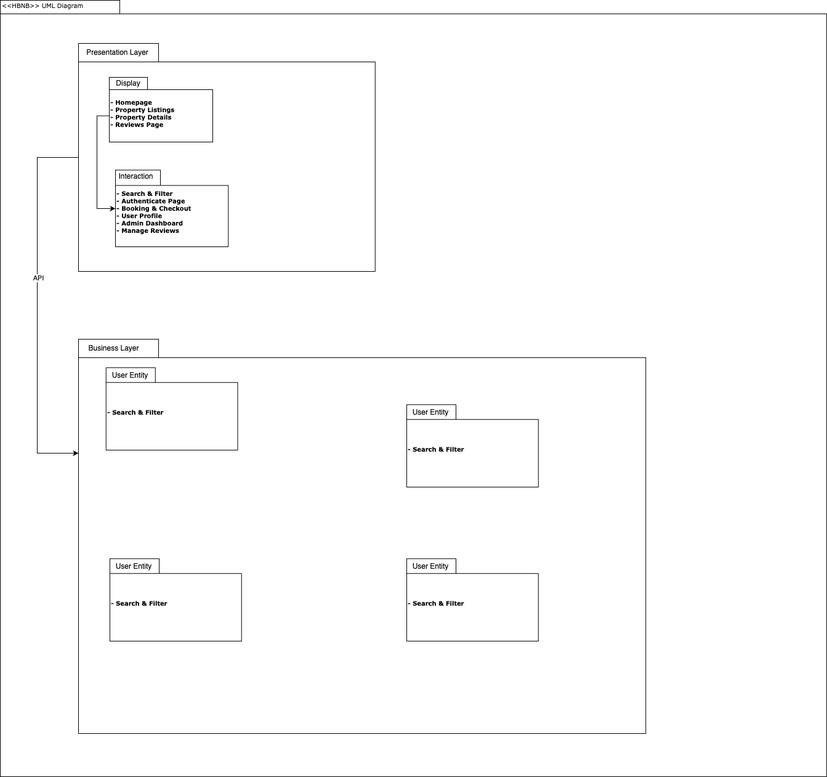
Earlier version of the draw.io export Untitled Diagram.drawio.png (ostafford/cwd_playground). Source tidied: cells renumbered, new cells last; positions are measured from the earlier drawing's top-left corner, leaving out a move shared by most shapes.
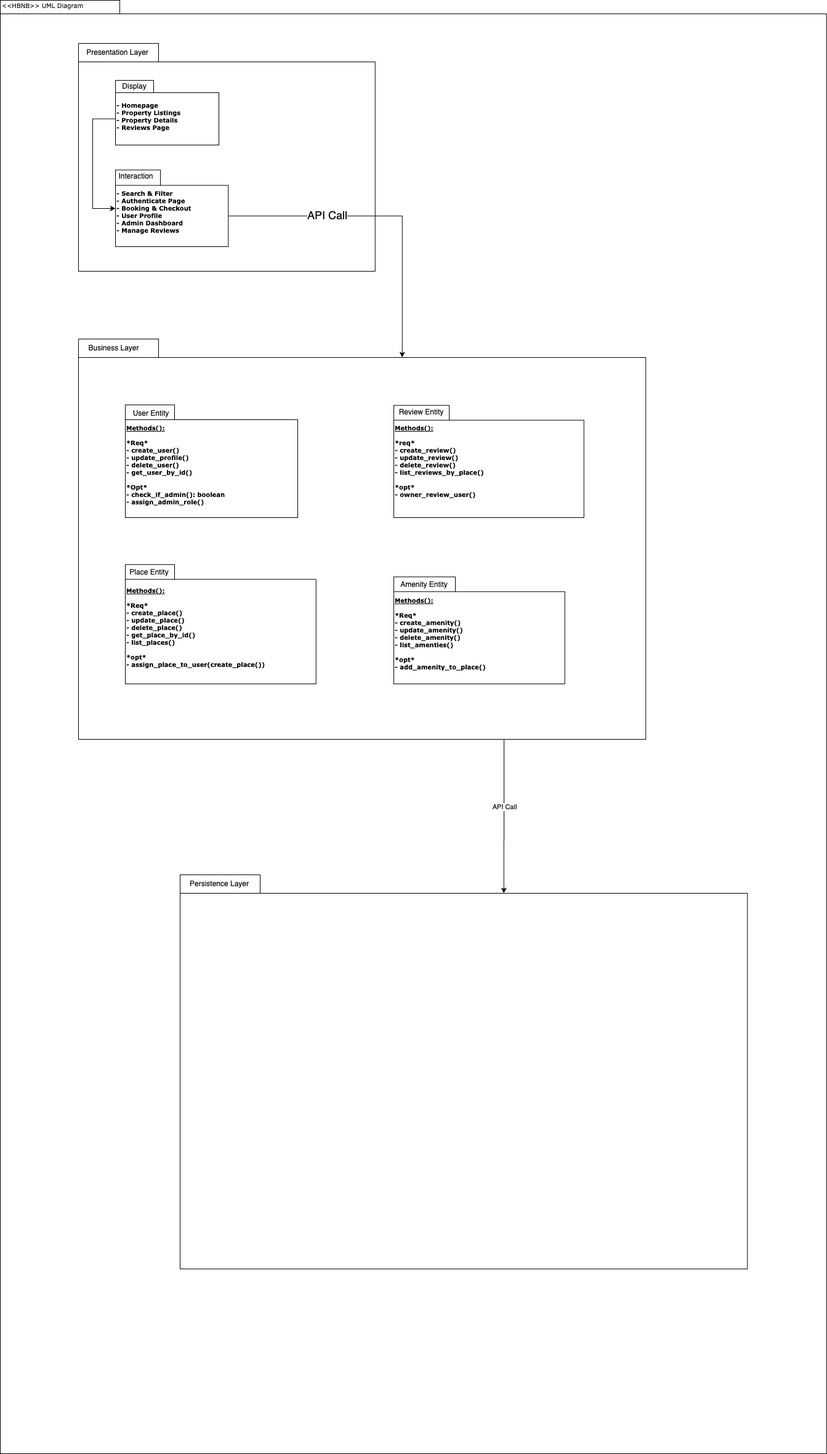
After the commit.

The edit, as a diff of the source:
```diff
@@ -3,7 +3,7 @@
     <mxCell id="0" />
     <mxCell id="1" parent="0" />
     <mxCell id="2" style="shape=folder;fontStyle=1;spacingTop=10;tabWidth=194;tabHeight=22;tabPosition=left;html=1;rounded=0;shadow=0;comic=0;labelBackgroundColor=none;strokeWidth=1;fillColor=none;fontFamily=Verdana;fontSize=10;align=center;" parent="1" vertex="1">
-      <mxGeometry width="1341.8" height="1260" as="geometry" />
+      <mxGeometry width="1341.8" height="2360" as="geometry" />
     </mxCell>
     <mxCell id="3" style="shape=folder;fontStyle=1;spacingTop=10;tabWidth=130;tabHeight=30;tabPosition=left;html=1;rounded=0;shadow=0;comic=0;labelBackgroundColor=none;strokeColor=#000000;strokeWidth=1;fillColor=#ffffff;fontFamily=Verdana;fontSize=10;fontColor=#000000;align=center;" parent="1" vertex="1">
       <mxGeometry x="127" y="70" width="481.9" height="370" as="geometry" />
@@ -15,39 +15,45 @@
       <mxGeometry x="137" y="70" width="107" height="30" as="geometry" />
     </mxCell>
     <mxCell id="6" value="- Homepage&lt;div&gt;- Property Listings&lt;/div&gt;&lt;div&gt;- Property Details&lt;/div&gt;&lt;div&gt;- Reviews Page&lt;/div&gt;" style="shape=folder;fontStyle=1;spacingTop=10;tabWidth=62;tabHeight=20;tabPosition=left;html=1;rounded=0;shadow=0;comic=0;labelBackgroundColor=none;strokeColor=#000000;strokeWidth=1;fillColor=#ffffff;fontFamily=Verdana;fontSize=10;fontColor=#000000;align=left;" parent="1" vertex="1">
-      <mxGeometry x="177" y="125" width="168" height="105" as="geometry" />
+      <mxGeometry x="187" y="130" width="168" height="105" as="geometry" />
     </mxCell>
     <mxCell id="7" value="Display" style="text;html=1;align=center;verticalAlign=middle;whiteSpace=wrap;rounded=0;" parent="1" vertex="1">
-      <mxGeometry x="178" y="120" width="60" height="30" as="geometry" />
+      <mxGeometry x="188" y="125" width="60" height="30" as="geometry" />
     </mxCell>
     <mxCell id="8" style="edgeStyle=orthogonalEdgeStyle;rounded=0;jettySize=auto;html=1;entryX=0;entryY=0;entryDx=0;entryDy=62.5;entryPerimeter=0;exitX=0;exitY=0;exitDx=0;exitDy=62.5;exitPerimeter=0;" parent="1" edge="1" source="6" target="16">
-      <mxGeometry relative="1" as="geometry" />
+      <mxGeometry relative="1" as="geometry">
+        <Array as="points">
+          <mxPoint x="150" y="193" />
+          <mxPoint x="150" y="338" />
+        </Array>
+      </mxGeometry>
     </mxCell>
     <mxCell id="9" style="shape=folder;fontStyle=1;spacingTop=10;tabWidth=130;tabHeight=30;tabPosition=left;html=1;rounded=0;shadow=0;comic=0;labelBackgroundColor=none;strokeColor=#000000;strokeWidth=1;fillColor=#ffffff;fontFamily=Verdana;fontSize=10;fontColor=#000000;align=center;" parent="1" vertex="1">
-      <mxGeometry x="127" y="550" width="921.4" height="640" as="geometry" />
+      <mxGeometry x="127" y="550" width="921.4" height="650" as="geometry" />
     </mxCell>
-    <mxCell id="10" style="edgeStyle=orthogonalEdgeStyle;rounded=0;jettySize=auto;html=1;exitX=0;exitY=0;exitDx=0;exitDy=185;exitPerimeter=0;entryX=0;entryY=0;entryDx=0;entryDy=185;entryPerimeter=0;" parent="1" edge="1" source="3" target="9">
+    <mxCell id="10" style="edgeStyle=orthogonalEdgeStyle;rounded=0;jettySize=auto;html=1;exitX=0;exitY=0;exitDx=183.27;exitDy=74.775;exitPerimeter=0;entryX=0;entryY=0;entryDx=525.6800000000001;entryDy=30;entryPerimeter=0;" parent="1" edge="1" source="16" target="9">
       <mxGeometry relative="1" as="geometry">
         <Array as="points">
-          <mxPoint x="60" y="255" />
-          <mxPoint x="60" y="735" />
+          <mxPoint x="653" y="350" />
         </Array>
       </mxGeometry>
     </mxCell>
-    <mxCell id="11" value="API" style="edgeLabel;html=1;align=center;verticalAlign=middle;" parent="10" vertex="1">
-      <mxGeometry x="-0.14" y="2" relative="1" as="geometry" />
+    <mxCell id="11" value="&lt;font style=&quot;font-size: 18px;&quot;&gt;API Call&lt;/font&gt;" style="edgeLabel;html=1;align=center;verticalAlign=middle;" parent="10" vertex="1">
+      <mxGeometry x="-0.14" y="2" relative="1" as="geometry">
+        <mxPoint x="-60" as="offset" />
+      </mxGeometry>
     </mxCell>
     <mxCell id="12" value="Business Layer" style="text;html=1;align=center;verticalAlign=middle;whiteSpace=wrap;rounded=0;" parent="1" vertex="1">
       <mxGeometry x="131" y="550" width="107" height="30" as="geometry" />
     </mxCell>
     <mxCell id="13" style="group;" parent="1" vertex="1">
-      <mxGeometry x="171.7" y="590" width="213.8" height="140" as="geometry" />
+      <mxGeometry x="203" y="650" width="280" height="190" as="geometry" />
     </mxCell>
-    <mxCell id="14" value="- Search &amp;amp; Filter" style="shape=folder;fontStyle=1;spacingTop=10;tabWidth=80;tabHeight=24;tabPosition=left;html=1;rounded=0;shadow=0;comic=0;labelBackgroundColor=none;strokeColor=#000000;strokeWidth=1;fillColor=#ffffff;fontFamily=Verdana;fontSize=10;fontColor=#000000;align=left;" parent="13" vertex="1">
-      <mxGeometry y="6.4" width="213.8" height="133.6" as="geometry" />
+    <mxCell id="14" value="&lt;u&gt;Methods():&lt;/u&gt;&lt;div&gt;&lt;br&gt;&lt;/div&gt;&lt;div&gt;*Req*&lt;br&gt;&lt;div&gt;- create_user()&lt;/div&gt;&lt;div&gt;- update_profile()&lt;/div&gt;&lt;div&gt;- delete_user()&lt;/div&gt;&lt;/div&gt;&lt;div&gt;- get_user_by_id()&lt;/div&gt;&lt;div&gt;&lt;br&gt;&lt;/div&gt;&lt;div&gt;*Opt*&lt;/div&gt;&lt;div&gt;- check_if_admin(): boolean&lt;/div&gt;&lt;div&gt;- assign_admin_role()&lt;/div&gt;" style="shape=folder;fontStyle=1;spacingTop=10;tabWidth=80;tabHeight=24;tabPosition=left;html=1;rounded=0;shadow=0;comic=0;labelBackgroundColor=none;strokeColor=#000000;strokeWidth=1;fillColor=#ffffff;fontFamily=Verdana;fontSize=10;fontColor=#000000;align=left;" parent="13" vertex="1">
+      <mxGeometry y="7.1" width="280" height="182.9" as="geometry" />
     </mxCell>
     <mxCell id="15" value="User Entity" style="text;html=1;align=center;verticalAlign=middle;whiteSpace=wrap;rounded=0;" parent="13" vertex="1">
-      <mxGeometry x="1.3" width="76.4" height="38.2" as="geometry" />
+      <mxGeometry x="1.4" width="81.7" height="42.7" as="geometry" />
     </mxCell>
     <mxCell id="16" value="- Search &amp;amp; Filter&lt;div&gt;- Authenticate Page&lt;/div&gt;&lt;div&gt;- Booking &amp;amp; Checkout&lt;/div&gt;&lt;div&gt;- User Profile&lt;/div&gt;&lt;div&gt;- Admin Dashboard&lt;/div&gt;&lt;div&gt;- Manage Reviews&lt;/div&gt;" style="shape=folder;fontStyle=1;spacingTop=10;tabWidth=73;tabHeight=25;tabPosition=left;html=1;rounded=0;shadow=0;comic=0;labelBackgroundColor=none;strokeColor=#000000;strokeWidth=1;fillColor=#ffffff;fontFamily=Verdana;fontSize=10;fontColor=#000000;align=left;" parent="1" vertex="1">
       <mxGeometry x="187" y="275.5" width="183.3" height="124.5" as="geometry" />
@@ -56,31 +62,48 @@
       <mxGeometry x="188.1" y="270" width="65.5" height="32.7" as="geometry" />
     </mxCell>
     <mxCell id="18" style="group;" parent="1" vertex="1">
-      <mxGeometry x="178" y="900" width="213.8" height="140" as="geometry" />
+      <mxGeometry x="203" y="910" width="309.8" height="200" as="geometry" />
     </mxCell>
-    <mxCell id="19" value="- Search &amp;amp; Filter" style="shape=folder;fontStyle=1;spacingTop=10;tabWidth=80;tabHeight=24;tabPosition=left;html=1;rounded=0;shadow=0;comic=0;labelBackgroundColor=none;strokeColor=#000000;strokeWidth=1;fillColor=#ffffff;fontFamily=Verdana;fontSize=10;fontColor=#000000;align=left;" parent="18" vertex="1">
-      <mxGeometry y="6.4" width="213.8" height="133.6" as="geometry" />
+    <mxCell id="19" value="&lt;u&gt;Methods():&lt;/u&gt;&lt;div&gt;&lt;br&gt;&lt;/div&gt;&lt;div&gt;*Req*&lt;br&gt;&lt;div&gt;- create_place()&lt;/div&gt;&lt;/div&gt;&lt;div&gt;- update_place()&lt;/div&gt;&lt;div&gt;- delete_place()&lt;/div&gt;&lt;div&gt;- get_place_by_id()&lt;/div&gt;&lt;div&gt;- list_places()&lt;/div&gt;&lt;div&gt;&lt;br&gt;&lt;/div&gt;&lt;div&gt;*opt*&lt;/div&gt;&lt;div&gt;- assign_place_to_user(create_place())&lt;/div&gt;" style="shape=folder;fontStyle=1;spacingTop=10;tabWidth=80;tabHeight=24;tabPosition=left;html=1;rounded=0;shadow=0;comic=0;labelBackgroundColor=none;strokeColor=#000000;strokeWidth=1;fillColor=#ffffff;fontFamily=Verdana;fontSize=10;fontColor=#000000;align=left;" parent="18" vertex="1">
+      <mxGeometry y="6.4" width="309.8" height="193.6" as="geometry" />
     </mxCell>
-    <mxCell id="20" value="User Entity" style="text;html=1;align=center;verticalAlign=middle;whiteSpace=wrap;rounded=0;" parent="18" vertex="1">
+    <mxCell id="20" value="Place Entity" style="text;html=1;align=center;verticalAlign=middle;whiteSpace=wrap;rounded=0;" parent="18" vertex="1">
       <mxGeometry x="1.3" width="76.4" height="38.2" as="geometry" />
     </mxCell>
     <mxCell id="21" style="group;" parent="1" vertex="1">
-      <mxGeometry x="660" y="900" width="213.8" height="140" as="geometry" />
+      <mxGeometry x="638.9" y="930" width="277.8" height="180" as="geometry" />
     </mxCell>
-    <mxCell id="22" value="- Search &amp;amp; Filter" style="shape=folder;fontStyle=1;spacingTop=10;tabWidth=80;tabHeight=24;tabPosition=left;html=1;rounded=0;shadow=0;comic=0;labelBackgroundColor=none;strokeColor=#000000;strokeWidth=1;fillColor=#ffffff;fontFamily=Verdana;fontSize=10;fontColor=#000000;align=left;" parent="21" vertex="1">
-      <mxGeometry y="6.4" width="213.8" height="133.6" as="geometry" />
+    <mxCell id="22" value="&lt;u&gt;Methods():&lt;/u&gt;&lt;div&gt;&lt;br&gt;&lt;/div&gt;&lt;div&gt;*Req*&lt;br&gt;&lt;div&gt;- create_amenity()&lt;/div&gt;&lt;/div&gt;&lt;div&gt;- update_amenity()&lt;/div&gt;&lt;div&gt;- delete_amenity()&lt;/div&gt;&lt;div&gt;- list_amenties()&lt;/div&gt;&lt;div&gt;&lt;br&gt;&lt;/div&gt;&lt;div&gt;*opt*&lt;/div&gt;&lt;div&gt;- add_amenity_to_place()&lt;/div&gt;" style="shape=folder;fontStyle=1;spacingTop=10;tabWidth=100;tabHeight=24;tabPosition=left;html=1;rounded=0;shadow=0;comic=0;labelBackgroundColor=none;strokeColor=#000000;strokeWidth=1;fillColor=#ffffff;fontFamily=Verdana;fontSize=10;fontColor=#000000;align=left;" parent="21" vertex="1">
+      <mxGeometry y="6.4" width="277.8" height="173.6" as="geometry" />
     </mxCell>
-    <mxCell id="23" value="User Entity" style="text;html=1;align=center;verticalAlign=middle;whiteSpace=wrap;rounded=0;" parent="21" vertex="1">
-      <mxGeometry x="1.3" width="76.4" height="38.2" as="geometry" />
+    <mxCell id="23" value="Amenity Entity" style="text;html=1;align=center;verticalAlign=middle;whiteSpace=wrap;rounded=0;" parent="21" vertex="1">
+      <mxGeometry x="10" width="78.7" height="38.2" as="geometry" />
     </mxCell>
     <mxCell id="24" style="group;" parent="1" vertex="1">
-      <mxGeometry x="660" y="650" width="213.8" height="140" as="geometry" />
+      <mxGeometry x="638.9" y="650" width="308.9" height="190" as="geometry" />
     </mxCell>
-    <mxCell id="25" value="- Search &amp;amp; Filter" style="shape=folder;fontStyle=1;spacingTop=10;tabWidth=80;tabHeight=24;tabPosition=left;html=1;rounded=0;shadow=0;comic=0;labelBackgroundColor=none;strokeColor=#000000;strokeWidth=1;fillColor=#ffffff;fontFamily=Verdana;fontSize=10;fontColor=#000000;align=left;" parent="24" vertex="1">
-      <mxGeometry y="6.4" width="213.8" height="133.6" as="geometry" />
+    <mxCell id="25" value="&lt;u&gt;Methods():&lt;/u&gt;&lt;div&gt;&lt;br&gt;&lt;/div&gt;&lt;div&gt;*req*&lt;br&gt;&lt;div&gt;- create_review()&lt;/div&gt;&lt;/div&gt;&lt;div&gt;- update_review()&lt;/div&gt;&lt;div&gt;- delete_review()&lt;/div&gt;&lt;div&gt;- list_reviews_by_place()&lt;/div&gt;&lt;div&gt;&lt;br&gt;&lt;/div&gt;&lt;div&gt;*opt*&lt;/div&gt;&lt;div&gt;- owner_review_user()&lt;/div&gt;&lt;div&gt;&lt;br&gt;&lt;/div&gt;" style="shape=folder;fontStyle=1;spacingTop=10;tabWidth=90;tabHeight=24;tabPosition=left;html=1;rounded=0;shadow=0;comic=0;labelBackgroundColor=none;strokeColor=#000000;strokeWidth=1;fillColor=#ffffff;fontFamily=Verdana;fontSize=10;fontColor=#000000;align=left;" parent="24" vertex="1">
+      <mxGeometry y="7.7" width="308.9" height="182.3" as="geometry" />
     </mxCell>
-    <mxCell id="26" value="User Entity" style="text;html=1;align=center;verticalAlign=middle;whiteSpace=wrap;rounded=0;" parent="24" vertex="1">
-      <mxGeometry x="1.3" width="76.4" height="38.2" as="geometry" />
+    <mxCell id="26" value="Review Entity" style="text;html=1;align=center;verticalAlign=middle;whiteSpace=wrap;rounded=0;" parent="24" vertex="1">
+      <mxGeometry x="-4" y="-4" width="97.5" height="46.1" as="geometry" />
     </mxCell>
+    <mxCell id="27" style="edgeStyle=orthogonalEdgeStyle;rounded=0;jettySize=auto;html=1;exitX=0.75;exitY=1;exitDx=0;exitDy=0;exitPerimeter=0;entryX=0;entryY=0;entryDx=525.6800000000001;entryDy=30;entryPerimeter=0;" parent="1" edge="1" source="9" target="30">
+      <mxGeometry relative="1" as="geometry" />
+    </mxCell>
+    <mxCell id="28" value="API Call" style="edgeLabel;html=1;align=center;verticalAlign=middle;" parent="27" vertex="1">
+      <mxGeometry x="-0.12" relative="1" as="geometry">
+        <mxPoint x="1" as="offset" />
+      </mxGeometry>
+    </mxCell>
+    <mxCell id="29" style="group;" parent="1" vertex="1">
+      <mxGeometry x="292" y="1420" width="921.4" height="640" as="geometry" />
+    </mxCell>
+    <mxCell id="30" style="shape=folder;fontStyle=1;spacingTop=10;tabWidth=130;tabHeight=30;tabPosition=left;html=1;rounded=0;shadow=0;comic=0;labelBackgroundColor=none;strokeColor=#000000;strokeWidth=1;fillColor=#ffffff;fontFamily=Verdana;fontSize=10;fontColor=#000000;align=center;" parent="29" vertex="1">
+      <mxGeometry width="921.4" height="640" as="geometry" />
+    </mxCell>
+    <mxCell id="31" value="Persistence Layer" style="text;html=1;align=center;verticalAlign=middle;whiteSpace=wrap;rounded=0;" parent="29" vertex="1">
+      <mxGeometry width="128" height="30" as="geometry" />
+    </mxCell>
   </root>
 </mxGraphModel>
```
